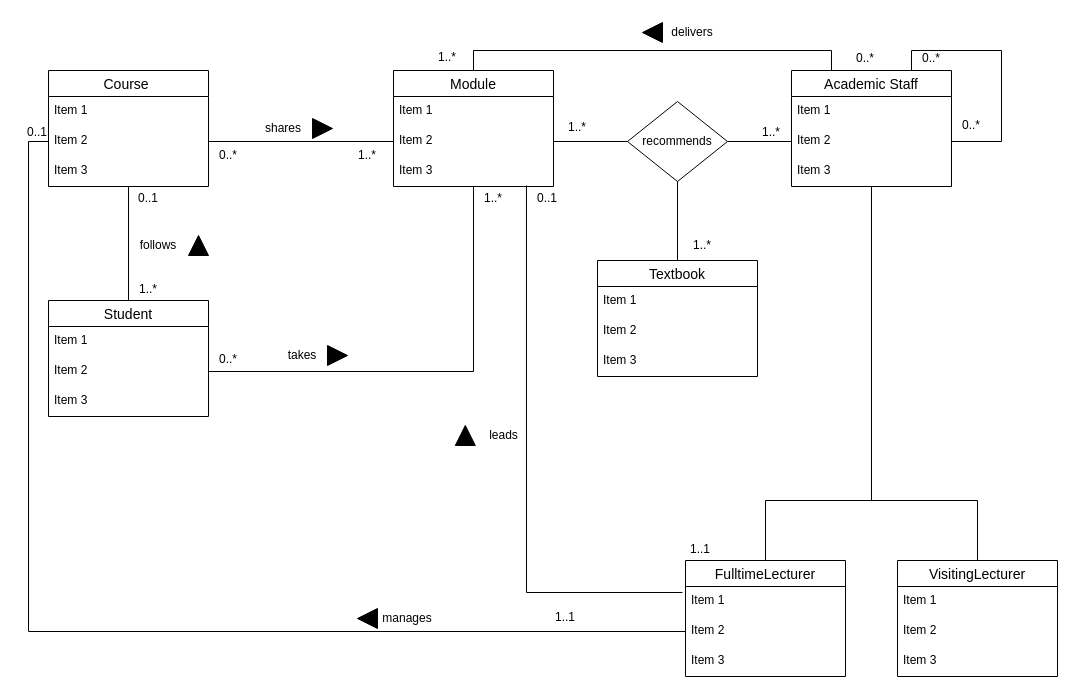
This is page "MyAnswers" (1 of 2) of Tutorial 2/Tutorial2_Exercise2.drawio from ChitharaKarunasekera/DatabaseSystemsTutorials, a draw.io file, before an edit. Source tidied: cells renumbered, new cells numbered last; positions are measured from the earlier drawing's top-left corner, leaving out a move shared by most shapes. Both pictures are drawn from the tidied source at 100%, with x=0, y=0 at pixel (17, 17).
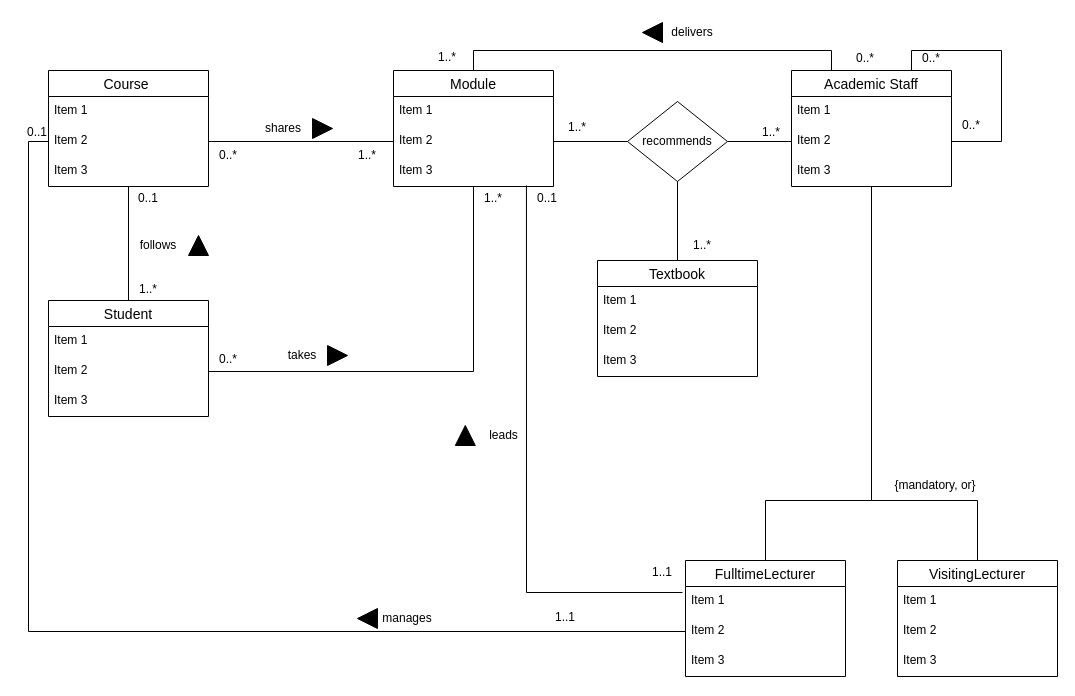
The same diagram, later.

Change to the diagram source:
```diff
@@
     <mxCell id="54" value="1..1" style="text;html=1;strokeColor=none;fillColor=none;align=center;verticalAlign=middle;whiteSpace=wrap;rounded=0;" parent="1" vertex="1">
-      <mxGeometry x="663" y="520" width="40" height="23" as="geometry" />
+      <mxGeometry x="625" y="543" width="40" height="23" as="geometry" />
     </mxCell>
@@
+    <mxCell id="72" value="{mandatory, or}" style="text;html=1;strokeColor=none;fillColor=none;align=center;verticalAlign=middle;whiteSpace=wrap;rounded=0;" parent="1" vertex="1">
+      <mxGeometry x="868" y="453" width="100" height="30" as="geometry" />
+    </mxCell>
```
